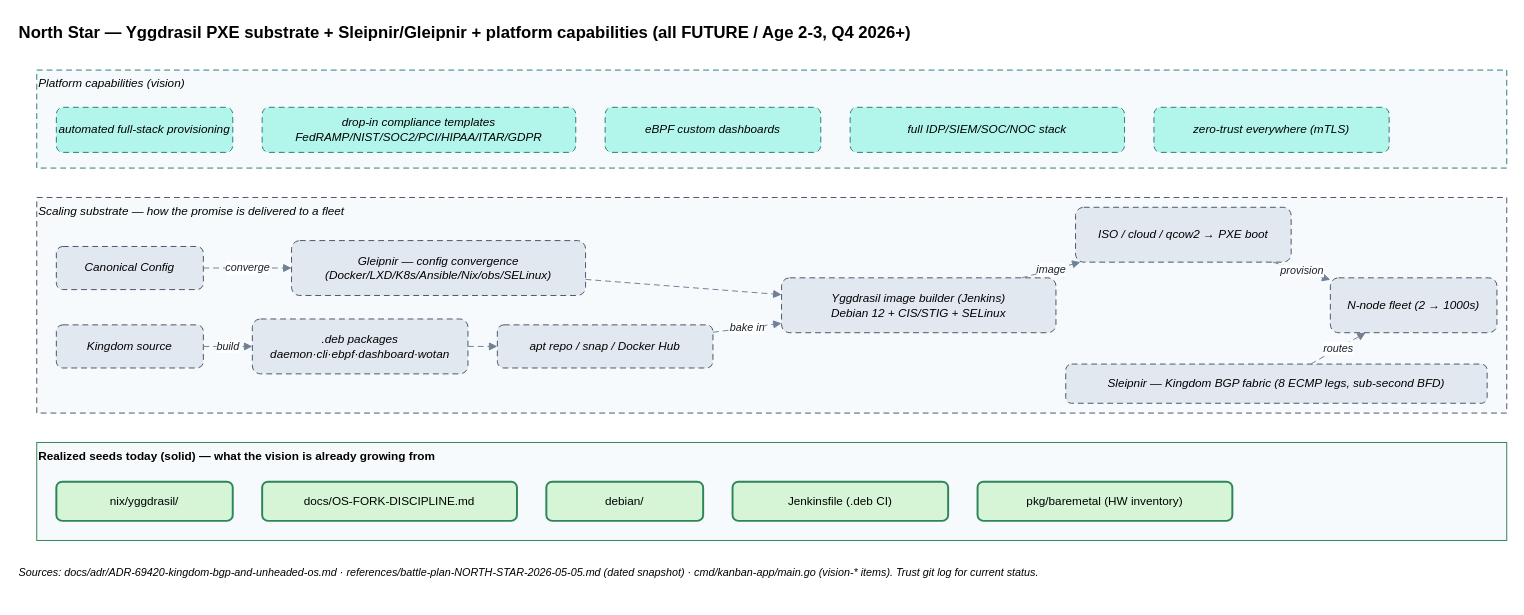
Before: page "6 · North Star (Yggdrasil)" (6 of 6) of docs/architecture/service-ontology.drawio in unheaded/unheaded, a draw.io diagram. Source tidied: cells renumbered, new cells numbered last; positions are measured from the earlier drawing's top-left corner, leaving out a move shared by most shapes. Both pictures are drawn from the tidied source at 98%, with x=0, y=0 at pixel (17, 17).
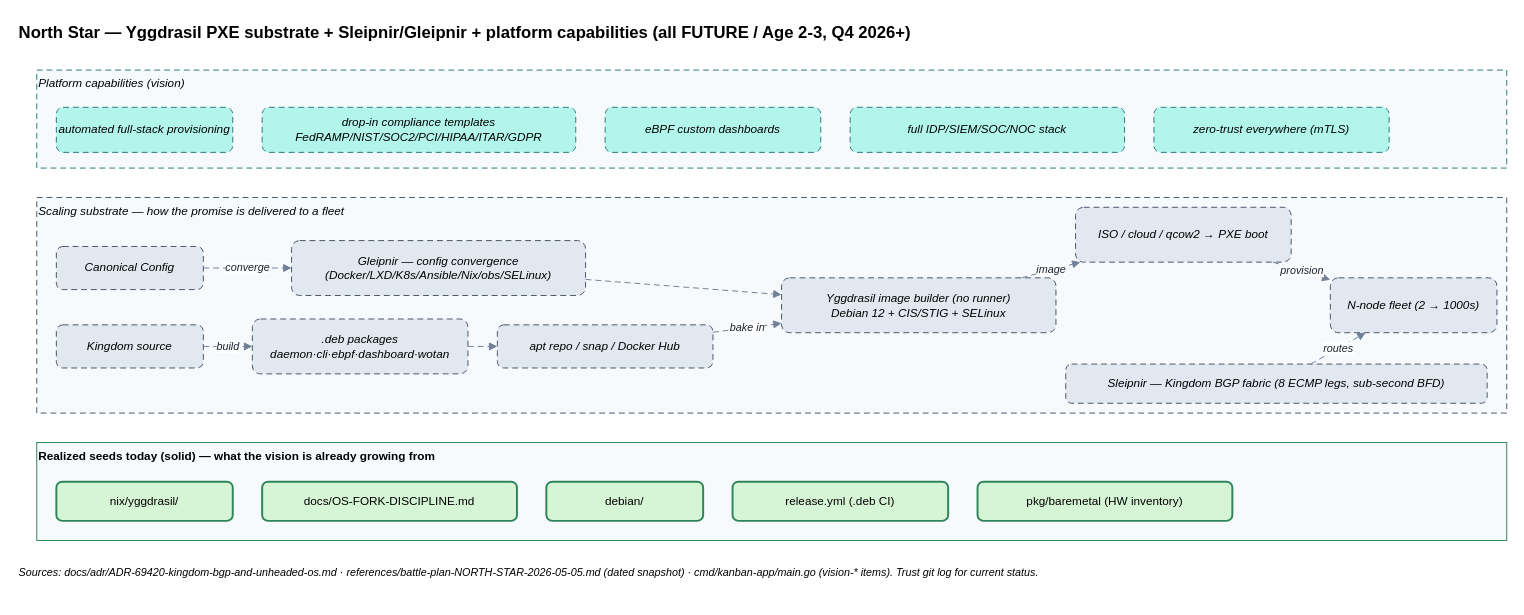
Above is the later version.

Change to the diagram source:
```diff
@@
-    <mxCell id="15" value="Yggdrasil image builder (Jenkins)&#10;Debian 12 + CIS/STIG + SELinux" style="rounded=1;whiteSpace=wrap;html=1;fillColor=#e2e8f0;strokeColor=#4a5568;dashed=1;dashPattern=6 4;fontStyle=2;" parent="1" vertex="1">
+    <mxCell id="15" value="Yggdrasil image builder (no runner)&#10;Debian 12 + CIS/STIG + SELinux" style="rounded=1;whiteSpace=wrap;html=1;fillColor=#e2e8f0;strokeColor=#4a5568;dashed=1;dashPattern=6 4;fontStyle=2;" parent="1" vertex="1">
       <mxGeometry x="780" y="266" width="280" height="56" as="geometry" />
     </mxCell>
@@
-    <mxCell id="31" value="Jenkinsfile (.deb CI)" style="rounded=1;whiteSpace=wrap;html=1;fillColor=#d6f5d6;strokeColor=#2f855a;strokeWidth=2;" parent="1" vertex="1">
+    <mxCell id="31" value="release.yml (.deb CI)" style="rounded=1;whiteSpace=wrap;html=1;fillColor=#d6f5d6;strokeColor=#2f855a;strokeWidth=2;" parent="1" vertex="1">
       <mxGeometry x="730" y="474" width="220" height="40" as="geometry" />
     </mxCell>
```
